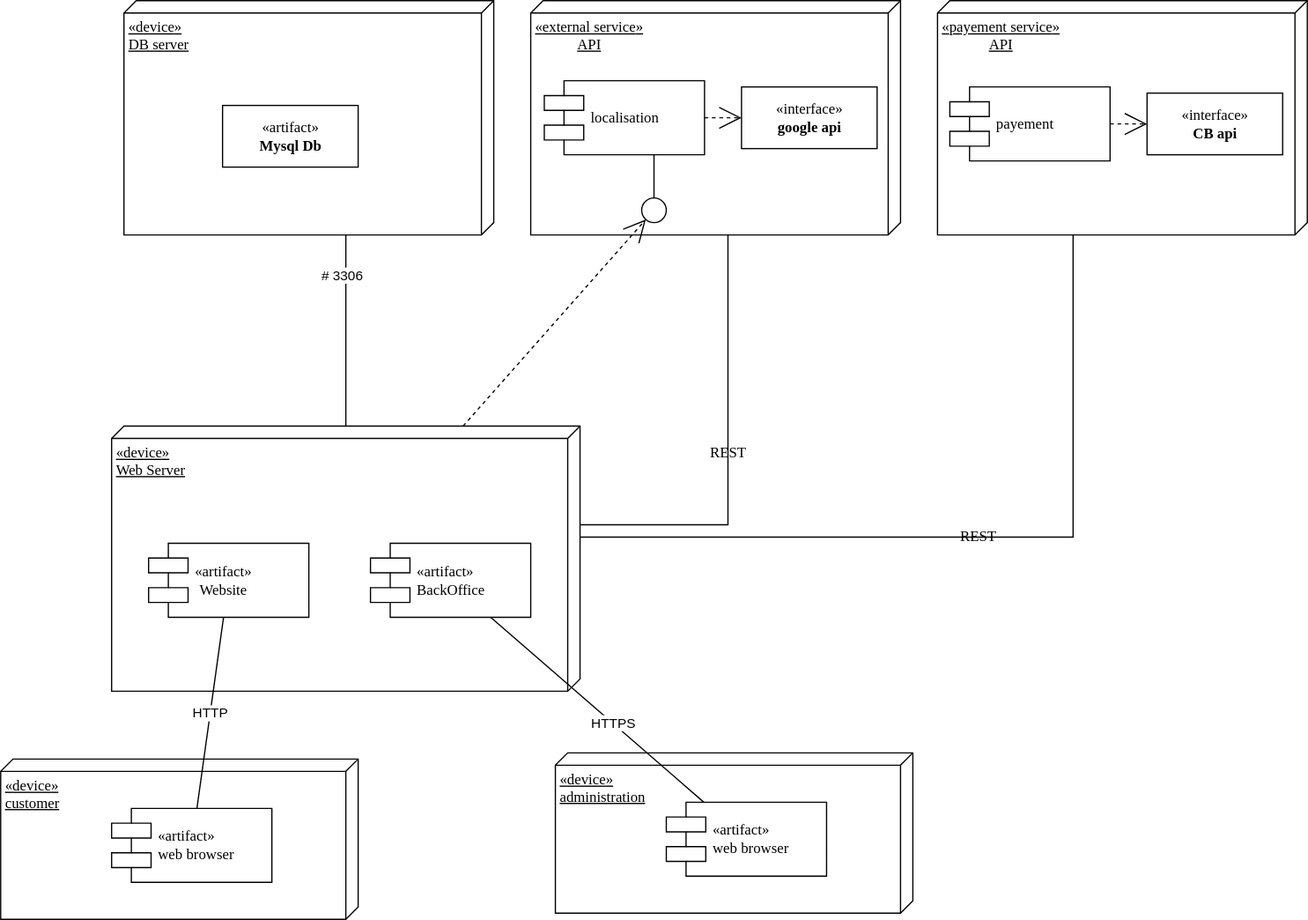
jean-charles-gibier/OC_pizza keeps this draw.io diagram as docs/DD_P6.svg. Above is the earlier version. Source tidied: cells renumbered, new cells last; positions are measured from the earlier drawing's top-left corner, leaving out a move shared by most shapes. The source it was exported from:
```xml
<mxGraphModel background="#ffffff">
  <root>
    <mxCell id="0" />
    <mxCell id="1" parent="0" />
    <mxCell id="2" value="&lt;span style=&quot;text-align: center&quot;&gt;«&lt;/span&gt;device&lt;span style=&quot;text-align: center&quot;&gt;»&lt;/span&gt;&lt;br&gt;DB server" style="verticalAlign=top;align=left;spacingTop=8;spacingLeft=2;spacingRight=12;shape=cube;size=10;direction=south;fontStyle=4;html=1;rounded=0;shadow=0;comic=0;labelBackgroundColor=none;strokeWidth=1;fontFamily=Verdana;fontSize=12;" parent="1" vertex="1">
      <mxGeometry x="100" width="300" height="190" as="geometry" />
    </mxCell>
    <mxCell id="3" value="&lt;span style=&quot;text-align: center&quot;&gt;«&lt;/span&gt;external service&lt;span&gt;»&lt;br&gt;&lt;div style=&quot;text-align: center&quot;&gt;API&lt;/div&gt;&lt;/span&gt;" style="verticalAlign=top;align=left;spacingTop=8;spacingLeft=2;spacingRight=12;shape=cube;size=10;direction=south;fontStyle=4;html=1;rounded=0;shadow=0;comic=0;labelBackgroundColor=none;strokeWidth=1;fontFamily=Verdana;fontSize=12;" parent="1" vertex="1">
      <mxGeometry x="430" width="300" height="190" as="geometry" />
    </mxCell>
    <mxCell id="4" value="&lt;span style=&quot;text-align: center&quot;&gt;«&lt;/span&gt;device&lt;span style=&quot;text-align: center&quot;&gt;»&lt;/span&gt;&lt;br&gt;Web Server" style="verticalAlign=top;align=left;spacingTop=8;spacingLeft=2;spacingRight=12;shape=cube;size=10;direction=south;fontStyle=4;html=1;rounded=0;shadow=0;comic=0;labelBackgroundColor=none;strokeWidth=1;fontFamily=Verdana;fontSize=12;" parent="1" vertex="1">
      <mxGeometry x="90" y="345" width="380" height="215" as="geometry" />
    </mxCell>
    <mxCell id="5" value="«artifact»&lt;br&gt;&lt;b&gt;Mysql Db&lt;/b&gt;" style="html=1;rounded=0;shadow=0;comic=0;labelBackgroundColor=none;strokeWidth=1;fontFamily=Verdana;fontSize=12;align=center;" parent="1" vertex="1">
      <mxGeometry x="180" y="85" width="110" height="50" as="geometry" />
    </mxCell>
    <mxCell id="6" value="localisation" style="shape=component;align=left;spacingLeft=36;rounded=0;shadow=0;comic=0;labelBackgroundColor=none;strokeWidth=1;fontFamily=Verdana;fontSize=12;html=1;" parent="1" vertex="1">
      <mxGeometry x="441" y="65" width="130" height="60" as="geometry" />
    </mxCell>
    <mxCell id="7" value="«interface»&lt;br&gt;&lt;b&gt;google api&lt;/b&gt;" style="html=1;rounded=0;shadow=0;comic=0;labelBackgroundColor=none;strokeWidth=1;fontFamily=Verdana;fontSize=12;align=center;" parent="1" vertex="1">
      <mxGeometry x="601" y="70" width="110" height="50" as="geometry" />
    </mxCell>
    <mxCell id="8" style="ellipse;whiteSpace=wrap;html=1;rounded=0;shadow=0;comic=0;labelBackgroundColor=none;strokeWidth=1;fontFamily=Verdana;fontSize=12;align=center;" parent="1" vertex="1">
      <mxGeometry x="520" y="160" width="20" height="20" as="geometry" />
    </mxCell>
    <mxCell id="9" value="&lt;span style=&quot;text-align: center&quot;&gt;«&lt;/span&gt;&lt;span style=&quot;text-align: center&quot;&gt;artifact&lt;/span&gt;&lt;span style=&quot;text-align: center&quot;&gt;»&lt;/span&gt;&lt;div style=&quot;text-align: center&quot;&gt;&lt;span&gt;Website&lt;/span&gt;&lt;/div&gt;" style="shape=component;align=left;spacingLeft=36;rounded=0;shadow=0;comic=0;labelBackgroundColor=none;strokeWidth=1;fontFamily=Verdana;fontSize=12;html=1;" parent="1" vertex="1">
      <mxGeometry x="120" y="440" width="130" height="60" as="geometry" />
    </mxCell>
    <mxCell id="10" style="edgeStyle=none;rounded=0;html=1;dashed=1;labelBackgroundColor=none;startArrow=none;startFill=0;startSize=8;endArrow=open;endFill=0;endSize=16;fontFamily=Verdana;fontSize=12;" parent="1" edge="1" source="4" target="8">
      <mxGeometry relative="1" as="geometry" />
    </mxCell>
    <mxCell id="11" style="edgeStyle=elbowEdgeStyle;rounded=0;html=1;labelBackgroundColor=none;startArrow=none;startFill=0;startSize=8;endArrow=none;endFill=0;endSize=16;fontFamily=Verdana;fontSize=12;" parent="1" edge="1" source="8" target="6">
      <mxGeometry relative="1" as="geometry" />
    </mxCell>
    <mxCell id="12" style="edgeStyle=orthogonalEdgeStyle;rounded=0;html=1;dashed=1;labelBackgroundColor=none;startArrow=none;startFill=0;startSize=8;endArrow=open;endFill=0;endSize=16;fontFamily=Verdana;fontSize=12;" parent="1" edge="1" source="6" target="7">
      <mxGeometry relative="1" as="geometry" />
    </mxCell>
    <mxCell id="13" value="REST" style="edgeStyle=orthogonalEdgeStyle;rounded=0;html=1;labelBackgroundColor=none;startArrow=none;startFill=0;startSize=8;endArrow=none;endFill=0;endSize=16;fontFamily=Verdana;fontSize=12;" parent="1" edge="1" source="4" target="3">
      <mxGeometry relative="1" as="geometry">
        <Array as="points">
          <mxPoint x="590" y="425" />
        </Array>
      </mxGeometry>
    </mxCell>
    <mxCell id="14" style="edgeStyle=orthogonalEdgeStyle;rounded=0;html=1;labelBackgroundColor=none;startArrow=none;startFill=0;startSize=8;endArrow=none;endFill=0;endSize=16;fontFamily=Verdana;fontSize=12;" parent="1" edge="1" source="4" target="2">
      <mxGeometry relative="1" as="geometry">
        <Array as="points">
          <mxPoint x="265" y="425" />
        </Array>
      </mxGeometry>
    </mxCell>
    <mxCell id="15" value="# 3306" style="edgeLabel;html=1;align=center;verticalAlign=middle;" parent="14" vertex="1">
      <mxGeometry x="0.59" y="4" relative="1" as="geometry" />
    </mxCell>
    <mxCell id="16" value="&lt;span style=&quot;text-align: center&quot;&gt;«&lt;/span&gt;&lt;span style=&quot;text-align: center&quot;&gt;artifact&lt;/span&gt;&lt;span style=&quot;text-align: center&quot;&gt;»&lt;/span&gt;&lt;div style=&quot;text-align: center&quot;&gt;&lt;span&gt;BackOffice&lt;/span&gt;&lt;/div&gt;" style="shape=component;align=left;spacingLeft=36;rounded=0;shadow=0;comic=0;labelBackgroundColor=none;strokeWidth=1;fontFamily=Verdana;fontSize=12;html=1;" parent="1" vertex="1">
      <mxGeometry x="300" y="440" width="130" height="60" as="geometry" />
    </mxCell>
    <mxCell id="17" value="&lt;span style=&quot;text-align: center&quot;&gt;«&lt;/span&gt;payement service&lt;span&gt;»&lt;br&gt;&lt;div style=&quot;text-align: center&quot;&gt;API&lt;/div&gt;&lt;/span&gt;" style="verticalAlign=top;align=left;spacingTop=8;spacingLeft=2;spacingRight=12;shape=cube;size=10;direction=south;fontStyle=4;html=1;rounded=0;shadow=0;comic=0;labelBackgroundColor=none;strokeWidth=1;fontFamily=Verdana;fontSize=12;" parent="1" vertex="1">
      <mxGeometry x="760" width="300" height="190" as="geometry" />
    </mxCell>
    <mxCell id="18" value="payement&amp;nbsp;" style="shape=component;align=left;spacingLeft=36;rounded=0;shadow=0;comic=0;labelBackgroundColor=none;strokeWidth=1;fontFamily=Verdana;fontSize=12;html=1;" parent="1" vertex="1">
      <mxGeometry x="770" y="70" width="130" height="60" as="geometry" />
    </mxCell>
    <mxCell id="19" value="«interface»&lt;br&gt;&lt;b&gt;CB api&lt;/b&gt;" style="html=1;rounded=0;shadow=0;comic=0;labelBackgroundColor=none;strokeWidth=1;fontFamily=Verdana;fontSize=12;align=center;" parent="1" vertex="1">
      <mxGeometry x="930" y="75" width="110" height="50" as="geometry" />
    </mxCell>
    <mxCell id="20" style="edgeStyle=orthogonalEdgeStyle;rounded=0;html=1;dashed=1;labelBackgroundColor=none;startArrow=none;startFill=0;startSize=8;endArrow=open;endFill=0;endSize=16;fontFamily=Verdana;fontSize=12;" parent="1" edge="1" source="18" target="19">
      <mxGeometry relative="1" as="geometry" />
    </mxCell>
    <mxCell id="21" value="REST" style="edgeStyle=orthogonalEdgeStyle;rounded=0;html=1;labelBackgroundColor=none;startArrow=none;startFill=0;startSize=8;endArrow=none;endFill=0;endSize=16;fontFamily=Verdana;fontSize=12;" parent="1" edge="1" source="4" target="17">
      <mxGeometry relative="1" as="geometry">
        <Array as="points">
          <mxPoint x="870" y="435" />
        </Array>
      </mxGeometry>
    </mxCell>
    <mxCell id="22" value="&lt;span style=&quot;text-align: center&quot;&gt;«&lt;/span&gt;device&lt;span style=&quot;text-align: center&quot;&gt;»&lt;br&gt;&lt;/span&gt;customer" style="verticalAlign=top;align=left;spacingTop=8;spacingLeft=2;spacingRight=12;shape=cube;size=10;direction=south;fontStyle=4;html=1;rounded=0;shadow=0;comic=0;labelBackgroundColor=none;strokeWidth=1;fontFamily=Verdana;fontSize=12;" parent="1" vertex="1">
      <mxGeometry y="615" width="290" height="130" as="geometry" />
    </mxCell>
    <mxCell id="23" value="&lt;span style=&quot;text-align: center&quot;&gt;«&lt;/span&gt;&lt;span style=&quot;text-align: center&quot;&gt;artifact&lt;/span&gt;&lt;span style=&quot;text-align: center&quot;&gt;»&lt;/span&gt;&lt;div style=&quot;text-align: center&quot;&gt;&lt;span&gt;web browser&lt;/span&gt;&lt;/div&gt;" style="shape=component;align=left;spacingLeft=36;rounded=0;shadow=0;comic=0;labelBackgroundColor=none;strokeWidth=1;fontFamily=Verdana;fontSize=12;html=1;" parent="1" vertex="1">
      <mxGeometry x="90" y="655" width="130" height="60" as="geometry" />
    </mxCell>
    <mxCell id="24" value="&lt;span style=&quot;text-align: center&quot;&gt;«&lt;/span&gt;device&lt;span&gt;»&lt;br&gt;&lt;div style=&quot;text-align: center&quot;&gt;&lt;span&gt;administration&lt;/span&gt;&lt;/div&gt;&lt;/span&gt;" style="verticalAlign=top;align=left;spacingTop=8;spacingLeft=2;spacingRight=12;shape=cube;size=10;direction=south;fontStyle=4;html=1;rounded=0;shadow=0;comic=0;labelBackgroundColor=none;strokeWidth=1;fontFamily=Verdana;fontSize=12;" parent="1" vertex="1">
      <mxGeometry x="450" y="610" width="290" height="130" as="geometry" />
    </mxCell>
    <mxCell id="25" value="&lt;span style=&quot;text-align: center&quot;&gt;«&lt;/span&gt;&lt;span style=&quot;text-align: center&quot;&gt;artifact&lt;/span&gt;&lt;span style=&quot;text-align: center&quot;&gt;»&lt;/span&gt;&lt;div style=&quot;text-align: center&quot;&gt;&lt;span&gt;web browser&lt;/span&gt;&lt;/div&gt;" style="shape=component;align=left;spacingLeft=36;rounded=0;shadow=0;comic=0;labelBackgroundColor=none;strokeWidth=1;fontFamily=Verdana;fontSize=12;html=1;" parent="1" vertex="1">
      <mxGeometry x="540" y="650" width="130" height="60" as="geometry" />
    </mxCell>
    <mxCell id="26" style="endArrow=none;html=1;entryX=0.75;entryY=1;entryDx=0;entryDy=0;" parent="1" edge="1" source="25" target="16">
      <mxGeometry relative="1" as="geometry" />
    </mxCell>
    <mxCell id="27" value="HTTPS" style="edgeLabel;html=1;align=center;verticalAlign=middle;" parent="26" vertex="1">
      <mxGeometry x="-0.14" relative="1" as="geometry" />
    </mxCell>
    <mxCell id="28" value="HTTP" style="endArrow=none;html=1;" parent="1" edge="1" source="23" target="9">
      <mxGeometry relative="1" as="geometry" />
    </mxCell>
  </root>
</mxGraphModel>
```
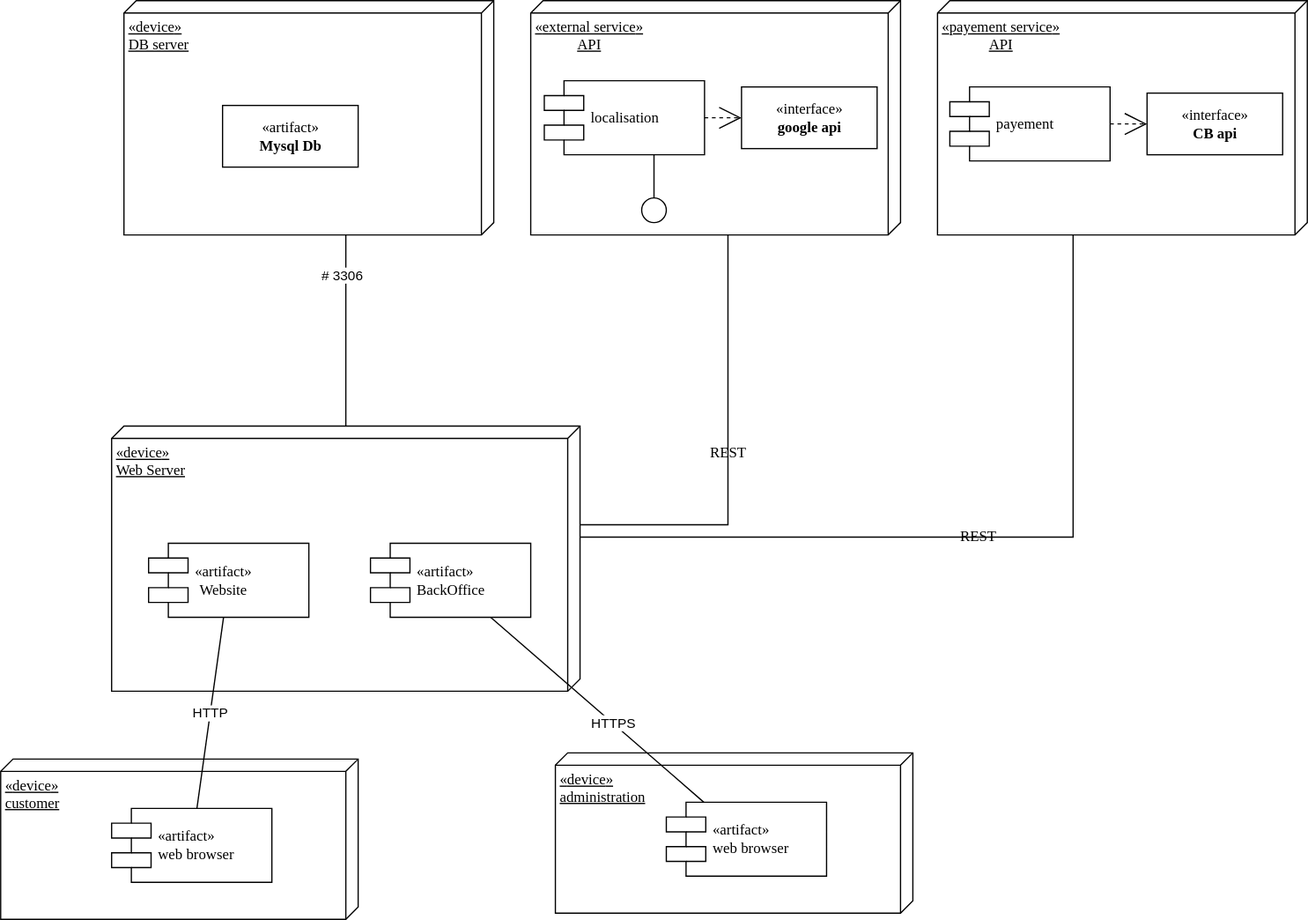
Above is the later version.

What changed in the source:
```diff
@@ -26,9 +26,6 @@
     <mxCell id="9" value="&lt;span style=&quot;text-align: center&quot;&gt;«&lt;/span&gt;&lt;span style=&quot;text-align: center&quot;&gt;artifact&lt;/span&gt;&lt;span style=&quot;text-align: center&quot;&gt;»&lt;/span&gt;&lt;div style=&quot;text-align: center&quot;&gt;&lt;span&gt;Website&lt;/span&gt;&lt;/div&gt;" style="shape=component;align=left;spacingLeft=36;rounded=0;shadow=0;comic=0;labelBackgroundColor=none;strokeWidth=1;fontFamily=Verdana;fontSize=12;html=1;" parent="1" vertex="1">
       <mxGeometry x="120" y="440" width="130" height="60" as="geometry" />
     </mxCell>
-    <mxCell id="10" style="edgeStyle=none;rounded=0;html=1;dashed=1;labelBackgroundColor=none;startArrow=none;startFill=0;startSize=8;endArrow=open;endFill=0;endSize=16;fontFamily=Verdana;fontSize=12;" parent="1" edge="1" source="4" target="8">
-      <mxGeometry relative="1" as="geometry" />
-    </mxCell>
     <mxCell id="11" style="edgeStyle=elbowEdgeStyle;rounded=0;html=1;labelBackgroundColor=none;startArrow=none;startFill=0;startSize=8;endArrow=none;endFill=0;endSize=16;fontFamily=Verdana;fontSize=12;" parent="1" edge="1" source="8" target="6">
       <mxGeometry relative="1" as="geometry" />
     </mxCell>
```
